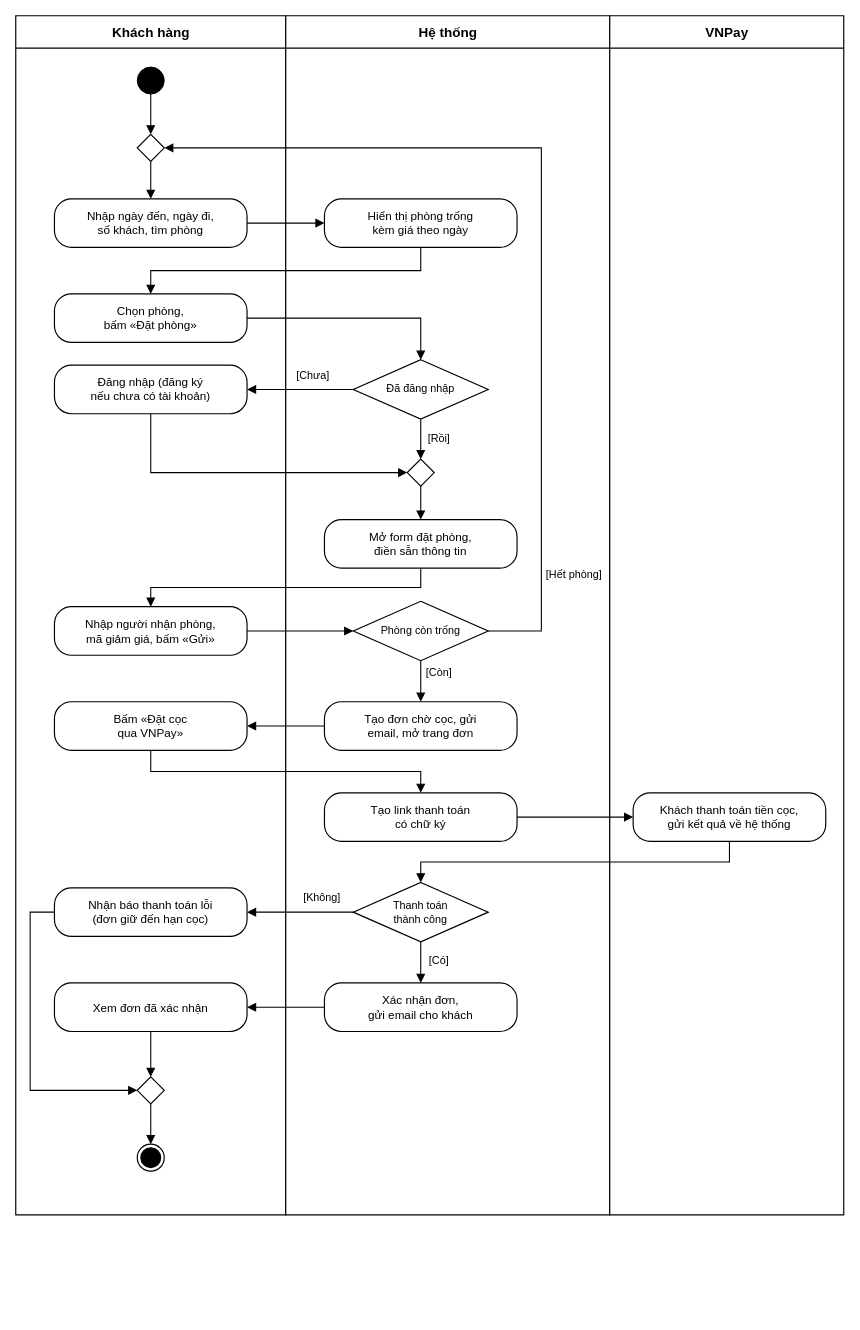
Above: docs/thiet-ke/hd-dat-phong-dat-coc.drawio in ngynquchn2511/beach-hotel (draw.io), before the change. Source tidied: cells renumbered, new cells numbered last; positions are measured from the earlier drawing's top-left corner, leaving out a move shared by most shapes. Both pictures are drawn from the tidied source at 90%, with x=0, y=0 at pixel (15, 15).
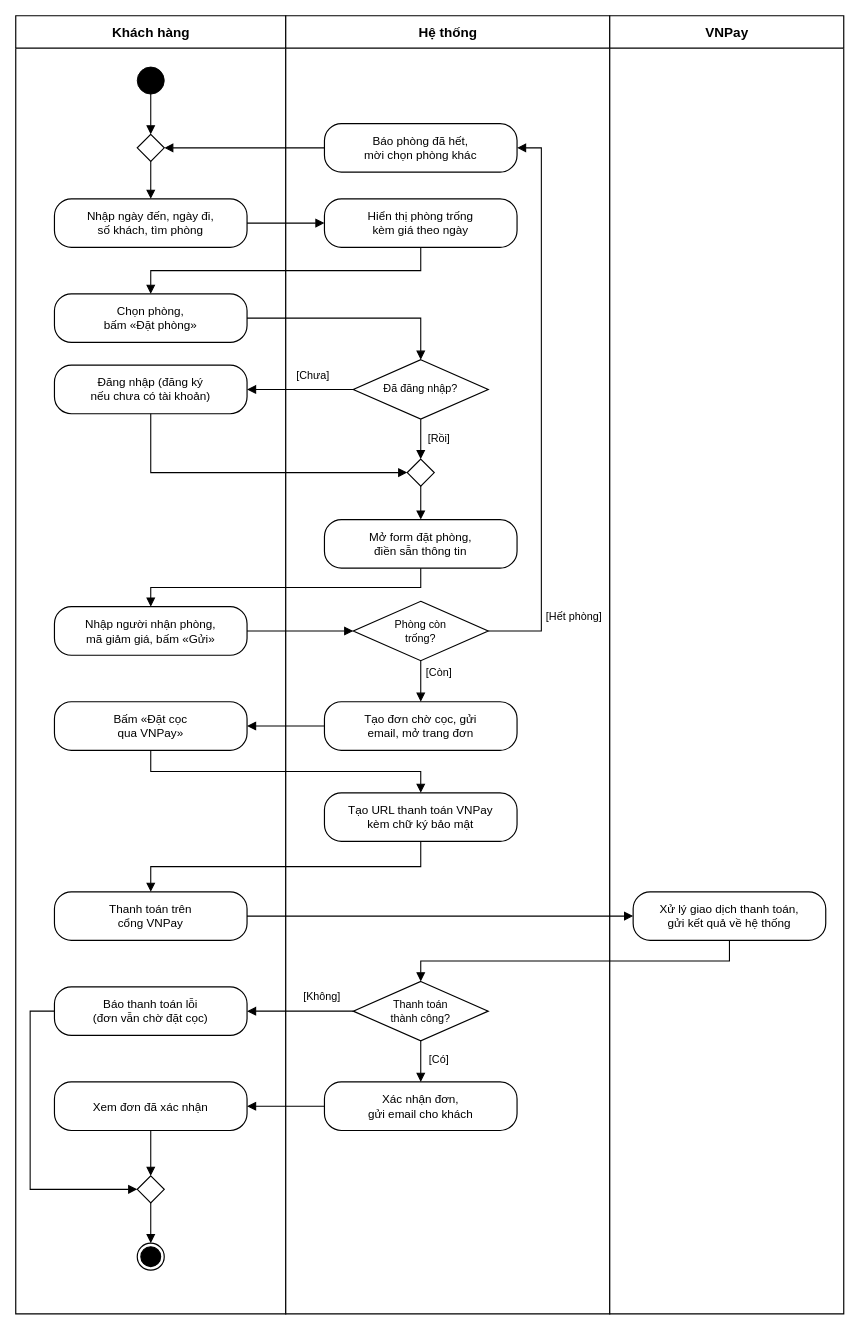
Above is the later version.

Unchanged cells that the change refers to:
```xml
<mxCell id="7" style="fontFamily=Arial;fontColor=#000000;rhombus;whiteSpace=wrap;html=1;fillColor=#FFFFFF;strokeColor=#000000;strokeWidth=1.3;fontSize=12;" parent="1" vertex="1">
  <mxGeometry x="135" y="131.8" width="30" height="30" as="geometry" />
</mxCell>
```

Diff of the diagram source:
```diff
@@
     <mxCell id="2" value="Khách hàng" style="fontFamily=Arial;fontColor=#000000;swimlane;horizontal=1;startSize=36;html=1;fillColor=#FFFFFF;strokeColor=#000000;strokeWidth=1.3;fontSize=15;fontStyle=1;swimlaneFillColor=#FFFFFF;" parent="1" vertex="1">
-      <mxGeometry width="300" height="1332.4" as="geometry" />
+      <mxGeometry width="300" height="1442.4" as="geometry" />
     </mxCell>
     <mxCell id="3" value="Hệ thống" style="fontFamily=Arial;fontColor=#000000;swimlane;horizontal=1;startSize=36;html=1;fillColor=#FFFFFF;strokeColor=#000000;strokeWidth=1.3;fontSize=15;fontStyle=1;swimlaneFillColor=#FFFFFF;" parent="1" vertex="1">
-      <mxGeometry x="300" width="360" height="1332.4" as="geometry" />
+      <mxGeometry x="300" width="360" height="1442.4" as="geometry" />
     </mxCell>
     <mxCell id="4" value="VNPay" style="fontFamily=Arial;fontColor=#000000;swimlane;horizontal=1;startSize=36;html=1;fillColor=#FFFFFF;strokeColor=#000000;strokeWidth=1.3;fontSize=15;fontStyle=1;swimlaneFillColor=#FFFFFF;" parent="1" vertex="1">
-      <mxGeometry x="660" width="260" height="1332.4" as="geometry" />
+      <mxGeometry x="660" width="260" height="1442.4" as="geometry" />
     </mxCell>
-    <mxCell id="5" value="Khách thanh toán tiền cọc,&lt;br&gt;gửi kết quả về hệ thống" style="fontFamily=Arial;fontColor=#000000;rounded=1;whiteSpace=wrap;html=1;arcSize=35;fillColor=#FFFFFF;strokeColor=#000000;strokeWidth=1.3;fontSize=13;spacing=6;" parent="4" vertex="1">
-      <mxGeometry x="26" y="863.4" width="214" height="54" as="geometry" />
+    <mxCell id="5" value="Xử lý giao dịch thanh toán,&lt;br&gt;gửi kết quả về hệ thống" style="fontFamily=Arial;fontColor=#000000;rounded=1;whiteSpace=wrap;html=1;arcSize=35;fillColor=#FFFFFF;strokeColor=#000000;strokeWidth=1.3;fontSize=13;spacing=6;" parent="4" vertex="1">
+      <mxGeometry x="26" y="973.4" width="214" height="54" as="geometry" />
     </mxCell>
@@
-    <mxCell id="11" value="Đã đăng nhập" style="fontFamily=Arial;fontColor=#000000;rhombus;whiteSpace=wrap;html=1;fillColor=#FFFFFF;strokeColor=#000000;strokeWidth=1.3;fontSize=12;" parent="1" vertex="1">
+    <mxCell id="11" value="Đã đăng nhập?" style="fontFamily=Arial;fontColor=#000000;rhombus;whiteSpace=wrap;html=1;fillColor=#FFFFFF;strokeColor=#000000;strokeWidth=1.3;fontSize=12;" parent="1" vertex="1">
       <mxGeometry x="375" y="382.2" width="150" height="66" as="geometry" />
     </mxCell>
@@
-    <mxCell id="16" value="Phòng còn trống" style="fontFamily=Arial;fontColor=#000000;rhombus;whiteSpace=wrap;html=1;fillColor=#FFFFFF;strokeColor=#000000;strokeWidth=1.3;fontSize=12;" parent="1" vertex="1">
+    <mxCell id="16" value="Phòng còn&lt;br&gt;trống?" style="fontFamily=Arial;fontColor=#000000;rhombus;whiteSpace=wrap;html=1;fillColor=#FFFFFF;strokeColor=#000000;strokeWidth=1.3;fontSize=12;" parent="1" vertex="1">
       <mxGeometry x="375" y="650.6" width="150" height="66" as="geometry" />
     </mxCell>
@@
-    <mxCell id="19" value="Tạo link thanh toán&lt;br&gt;có chữ ký" style="fontFamily=Arial;fontColor=#000000;rounded=1;whiteSpace=wrap;html=1;arcSize=35;fillColor=#FFFFFF;strokeColor=#000000;strokeWidth=1.3;fontSize=13;spacing=6;" parent="1" vertex="1">
+    <mxCell id="19" value="Tạo URL thanh toán VNPay&lt;br&gt;kèm chữ ký bảo mật" style="fontFamily=Arial;fontColor=#000000;rounded=1;whiteSpace=wrap;html=1;arcSize=35;fillColor=#FFFFFF;strokeColor=#000000;strokeWidth=1.3;fontSize=13;spacing=6;" parent="1" vertex="1">
       <mxGeometry x="343" y="863.4" width="214" height="54" as="geometry" />
     </mxCell>
-    <mxCell id="20" value="Thanh toán&lt;br&gt;thành công" style="fontFamily=Arial;fontColor=#000000;rhombus;whiteSpace=wrap;html=1;fillColor=#FFFFFF;strokeColor=#000000;strokeWidth=1.3;fontSize=12;" parent="1" vertex="1">
-      <mxGeometry x="375" y="963" width="150" height="66" as="geometry" />
+    <mxCell id="20" value="Thanh toán&lt;br&gt;thành công?" style="fontFamily=Arial;fontColor=#000000;rhombus;whiteSpace=wrap;html=1;fillColor=#FFFFFF;strokeColor=#000000;strokeWidth=1.3;fontSize=12;" parent="1" vertex="1">
+      <mxGeometry x="375" y="1073" width="150" height="66" as="geometry" />
     </mxCell>
-    <mxCell id="21" value="Nhận báo thanh toán lỗi&lt;br&gt;(đơn giữ đến hạn cọc)" style="fontFamily=Arial;fontColor=#000000;rounded=1;whiteSpace=wrap;html=1;arcSize=35;fillColor=#FFFFFF;strokeColor=#000000;strokeWidth=1.3;fontSize=13;spacing=6;" parent="1" vertex="1">
-      <mxGeometry x="43" y="969" width="214" height="54" as="geometry" />
+    <mxCell id="21" value="Báo thanh toán lỗi&lt;br&gt;(đơn vẫn chờ đặt cọc)" style="fontFamily=Arial;fontColor=#000000;rounded=1;whiteSpace=wrap;html=1;arcSize=35;fillColor=#FFFFFF;strokeColor=#000000;strokeWidth=1.3;fontSize=13;spacing=6;" parent="1" vertex="1">
+      <mxGeometry x="43" y="1079" width="214" height="54" as="geometry" />
     </mxCell>
     <mxCell id="22" value="Xác nhận đơn,&lt;br&gt;gửi email cho khách" style="fontFamily=Arial;fontColor=#000000;rounded=1;whiteSpace=wrap;html=1;arcSize=35;fillColor=#FFFFFF;strokeColor=#000000;strokeWidth=1.3;fontSize=13;spacing=6;" parent="1" vertex="1">
-      <mxGeometry x="343" y="1074.6" width="214" height="54" as="geometry" />
+      <mxGeometry x="343" y="1184.6" width="214" height="54" as="geometry" />
     </mxCell>
     <mxCell id="23" value="Xem đơn đã xác nhận" style="fontFamily=Arial;fontColor=#000000;rounded=1;whiteSpace=wrap;html=1;arcSize=35;fillColor=#FFFFFF;strokeColor=#000000;strokeWidth=1.3;fontSize=13;spacing=6;" parent="1" vertex="1">
-      <mxGeometry x="43" y="1074.6" width="214" height="54" as="geometry" />
+      <mxGeometry x="43" y="1184.6" width="214" height="54" as="geometry" />
     </mxCell>
     <mxCell id="24" style="fontFamily=Arial;fontColor=#000000;rhombus;whiteSpace=wrap;html=1;fillColor=#FFFFFF;strokeColor=#000000;strokeWidth=1.3;fontSize=12;" parent="1" vertex="1">
-      <mxGeometry x="135" y="1179" width="30" height="30" as="geometry" />
+      <mxGeometry x="135" y="1289" width="30" height="30" as="geometry" />
     </mxCell>
     <mxCell id="25" style="ellipse;html=1;shape=endState;fillColor=#000000;strokeColor=#000000;strokeWidth=1.3;" parent="1" vertex="1">
-      <mxGeometry x="135" y="1253.8" width="30" height="30" as="geometry" />
+      <mxGeometry x="135" y="1363.8" width="30" height="30" as="geometry" />
     </mxCell>
@@
-    <mxCell id="38" value="[Hết phòng]" style="fontFamily=Arial;fontColor=#000000;edgeStyle=orthogonalEdgeStyle;rounded=0;html=1;endArrow=block;endFill=1;endSize=7;strokeColor=#000000;strokeWidth=1.2;fontSize=12;labelBackgroundColor=#FFFFFF;exitX=1;exitY=0.5;exitDx=0;exitDy=0;entryX=1;entryY=0.5;entryDx=0;entryDy=0;" parent="1" edge="1" source="16" target="7">
+    <mxCell id="38" value="[Hết phòng]" style="fontFamily=Arial;fontColor=#000000;edgeStyle=orthogonalEdgeStyle;rounded=0;html=1;endArrow=block;endFill=1;endSize=7;strokeColor=#000000;strokeWidth=1.2;fontSize=12;labelBackgroundColor=#FFFFFF;exitX=1;exitY=0.5;exitDx=0;exitDy=0;entryX=1;entryY=0.5;entryDx=0;entryDy=0;" parent="1" edge="1" source="16" target="49">
       <mxGeometry x="-0.76" y="-36" relative="1" as="geometry">
         <Array as="points">
           <mxPoint x="584" y="683.6" />
           <mxPoint x="584" y="146.8" />
         </Array>
       </mxGeometry>
     </mxCell>
@@
-    <mxCell id="41" style="fontFamily=Arial;fontColor=#000000;edgeStyle=orthogonalEdgeStyle;rounded=0;html=1;endArrow=block;endFill=1;endSize=7;strokeColor=#000000;strokeWidth=1.2;fontSize=12;labelBackgroundColor=#FFFFFF;exitX=1;exitY=0.5;exitDx=0;exitDy=0;entryX=0;entryY=0.5;entryDx=0;entryDy=0;" parent="1" edge="1" source="19" target="5">
-      <mxGeometry relative="1" as="geometry" />
-    </mxCell>
     <mxCell id="42" style="fontFamily=Arial;fontColor=#000000;edgeStyle=orthogonalEdgeStyle;rounded=0;html=1;endArrow=block;endFill=1;endSize=7;strokeColor=#000000;strokeWidth=1.2;fontSize=12;labelBackgroundColor=#FFFFFF;exitX=0.5;exitY=1;exitDx=0;exitDy=0;entryX=0.5;entryY=0;entryDx=0;entryDy=0;" parent="1" edge="1" source="5" target="20">
-      <mxGeometry relative="1" as="geometry" />
+      <mxGeometry relative="1" as="geometry">
+        <Array as="points">
+          <mxPoint x="793" y="1050.2" />
+          <mxPoint x="450" y="1050.2" />
+        </Array>
+      </mxGeometry>
     </mxCell>
@@
     <mxCell id="46" style="fontFamily=Arial;fontColor=#000000;edgeStyle=orthogonalEdgeStyle;rounded=0;html=1;endArrow=block;endFill=1;endSize=7;strokeColor=#000000;strokeWidth=1.2;fontSize=12;labelBackgroundColor=#FFFFFF;exitX=0;exitY=0.5;exitDx=0;exitDy=0;entryX=0;entryY=0.5;entryDx=0;entryDy=0;" parent="1" edge="1" source="21" target="24">
       <mxGeometry relative="1" as="geometry">
         <Array as="points">
-          <mxPoint x="16" y="996" />
-          <mxPoint x="16" y="1194" />
+          <mxPoint x="16" y="1106" />
+          <mxPoint x="16" y="1304" />
         </Array>
       </mxGeometry>
     </mxCell>
@@
+    <mxCell id="49" value="Báo phòng đã hết,&lt;br&gt;mời chọn phòng khác" style="fontFamily=Arial;fontColor=#000000;rounded=1;whiteSpace=wrap;html=1;arcSize=35;fillColor=#FFFFFF;strokeColor=#000000;strokeWidth=1.3;fontSize=13;spacing=6;" parent="1" vertex="1">
+      <mxGeometry x="343" y="119.8" width="214" height="54" as="geometry" />
+    </mxCell>
+    <mxCell id="50" style="fontFamily=Arial;fontColor=#000000;edgeStyle=orthogonalEdgeStyle;rounded=0;html=1;endArrow=block;endFill=1;endSize=7;strokeColor=#000000;strokeWidth=1.2;fontSize=12;labelBackgroundColor=#FFFFFF;exitX=0;exitY=0.5;exitDx=0;exitDy=0;entryX=1;entryY=0.5;entryDx=0;entryDy=0;" parent="1" edge="1" source="49" target="7">
+      <mxGeometry relative="1" as="geometry" />
+    </mxCell>
+    <mxCell id="51" value="Thanh toán trên&lt;br&gt;cổng VNPay" style="fontFamily=Arial;fontColor=#000000;rounded=1;whiteSpace=wrap;html=1;arcSize=35;fillColor=#FFFFFF;strokeColor=#000000;strokeWidth=1.3;fontSize=13;spacing=6;" parent="1" vertex="1">
+      <mxGeometry x="43" y="973.4" width="214" height="54" as="geometry" />
+    </mxCell>
+    <mxCell id="52" style="fontFamily=Arial;fontColor=#000000;edgeStyle=orthogonalEdgeStyle;rounded=0;html=1;endArrow=block;endFill=1;endSize=7;strokeColor=#000000;strokeWidth=1.2;fontSize=12;labelBackgroundColor=#FFFFFF;exitX=0.5;exitY=1;exitDx=0;exitDy=0;entryX=0.5;entryY=0;entryDx=0;entryDy=0;" parent="1" edge="1" source="19" target="51">
+      <mxGeometry relative="1" as="geometry">
+        <Array as="points">
+          <mxPoint x="450" y="945.4" />
+          <mxPoint x="150" y="945.4" />
+        </Array>
+      </mxGeometry>
+    </mxCell>
+    <mxCell id="53" style="fontFamily=Arial;fontColor=#000000;edgeStyle=orthogonalEdgeStyle;rounded=0;html=1;endArrow=block;endFill=1;endSize=7;strokeColor=#000000;strokeWidth=1.2;fontSize=12;labelBackgroundColor=#FFFFFF;exitX=1;exitY=0.5;exitDx=0;exitDy=0;entryX=0;entryY=0.5;entryDx=0;entryDy=0;" parent="1" edge="1" source="51" target="5">
+      <mxGeometry relative="1" as="geometry" />
+    </mxCell>
```
